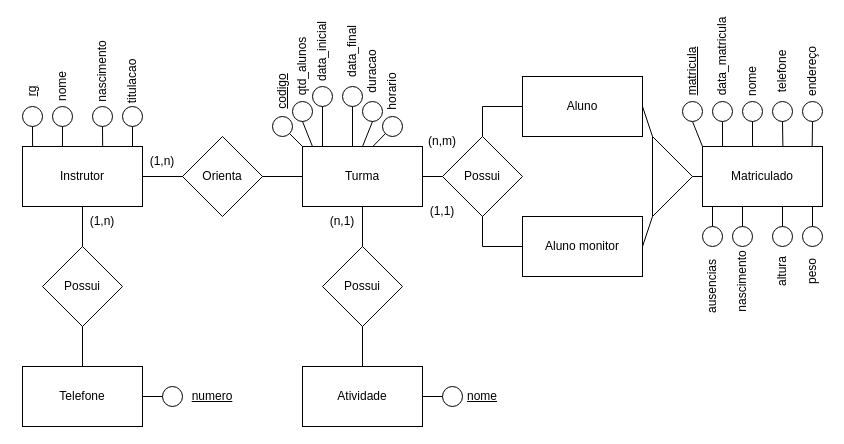
Above: Lista3_11-04/Ex4.drawio in andreeeeeeeee/Engenharia_Software (draw.io), before the change. Source tidied: cells renumbered, new cells numbered last; positions are measured from the earlier drawing's top-left corner, leaving out a move shared by most shapes. Both pictures are drawn from the tidied source at 100%, with x=0, y=0 at pixel (2, 36).
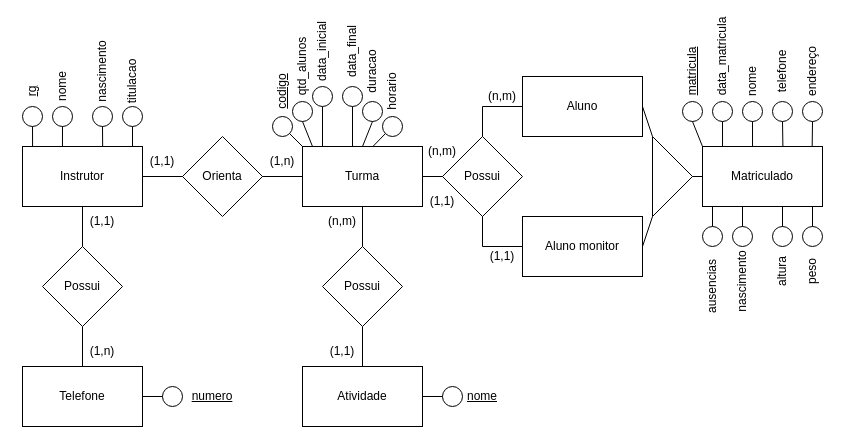
The same page after the edit.

What changed in the source:
```diff
@@
     <mxCell id="10" value="(n,m)" style="text;html=1;strokeColor=none;fillColor=none;align=center;verticalAlign=middle;whiteSpace=wrap;rounded=0;" parent="1" vertex="1">
-      <mxGeometry x="410" y="90" width="60" height="30" as="geometry" />
+      <mxGeometry x="410" y="100" width="60" height="30" as="geometry" />
     </mxCell>
     <mxCell id="11" value="(1,1)" style="text;html=1;strokeColor=none;fillColor=none;align=center;verticalAlign=middle;whiteSpace=wrap;rounded=0;" parent="1" vertex="1">
-      <mxGeometry x="410" y="160" width="60" height="30" as="geometry" />
+      <mxGeometry x="410" y="150" width="60" height="30" as="geometry" />
     </mxCell>
@@
-    <mxCell id="16" value="(n,1)" style="text;html=1;strokeColor=none;fillColor=none;align=center;verticalAlign=middle;whiteSpace=wrap;rounded=0;" parent="1" vertex="1">
+    <mxCell id="16" value="(n,m)" style="text;html=1;strokeColor=none;fillColor=none;align=center;verticalAlign=middle;whiteSpace=wrap;rounded=0;" parent="1" vertex="1">
       <mxGeometry x="310" y="170" width="60" height="30" as="geometry" />
     </mxCell>
@@
-    <mxCell id="21" value="(1,n)" style="text;html=1;strokeColor=none;fillColor=none;align=center;verticalAlign=middle;whiteSpace=wrap;rounded=0;" parent="1" vertex="1">
+    <mxCell id="21" value="(1,1)" style="text;html=1;strokeColor=none;fillColor=none;align=center;verticalAlign=middle;whiteSpace=wrap;rounded=0;" parent="1" vertex="1">
       <mxGeometry x="130" y="110" width="60" height="30" as="geometry" />
     </mxCell>
@@
-    <mxCell id="48" value="(1,n)" style="text;html=1;strokeColor=none;fillColor=none;align=center;verticalAlign=middle;whiteSpace=wrap;rounded=0;" parent="1" vertex="1">
+    <mxCell id="48" value="(1,1)" style="text;html=1;strokeColor=none;fillColor=none;align=center;verticalAlign=middle;whiteSpace=wrap;rounded=0;" parent="1" vertex="1">
       <mxGeometry x="70" y="170" width="60" height="30" as="geometry" />
     </mxCell>
@@
+    <mxCell id="94" value="(1,n)" style="text;html=1;strokeColor=none;fillColor=none;align=center;verticalAlign=middle;whiteSpace=wrap;rounded=0;" parent="1" vertex="1">
+      <mxGeometry x="250" y="110" width="60" height="30" as="geometry" />
+    </mxCell>
+    <mxCell id="95" value="(1,1)" style="text;html=1;strokeColor=none;fillColor=none;align=center;verticalAlign=middle;whiteSpace=wrap;rounded=0;" parent="1" vertex="1">
+      <mxGeometry x="470" y="205" width="60" height="30" as="geometry" />
+    </mxCell>
+    <mxCell id="96" value="(n,m)" style="text;html=1;strokeColor=none;fillColor=none;align=center;verticalAlign=middle;whiteSpace=wrap;rounded=0;" parent="1" vertex="1">
+      <mxGeometry x="470" y="45" width="60" height="30" as="geometry" />
+    </mxCell>
+    <mxCell id="97" value="(1,n)" style="text;html=1;strokeColor=none;fillColor=none;align=center;verticalAlign=middle;whiteSpace=wrap;rounded=0;" parent="1" vertex="1">
+      <mxGeometry x="70" y="300" width="60" height="30" as="geometry" />
+    </mxCell>
+    <mxCell id="98" value="(1,1)" style="text;html=1;strokeColor=none;fillColor=none;align=center;verticalAlign=middle;whiteSpace=wrap;rounded=0;" parent="1" vertex="1">
+      <mxGeometry x="310" y="300" width="60" height="30" as="geometry" />
+    </mxCell>
```
